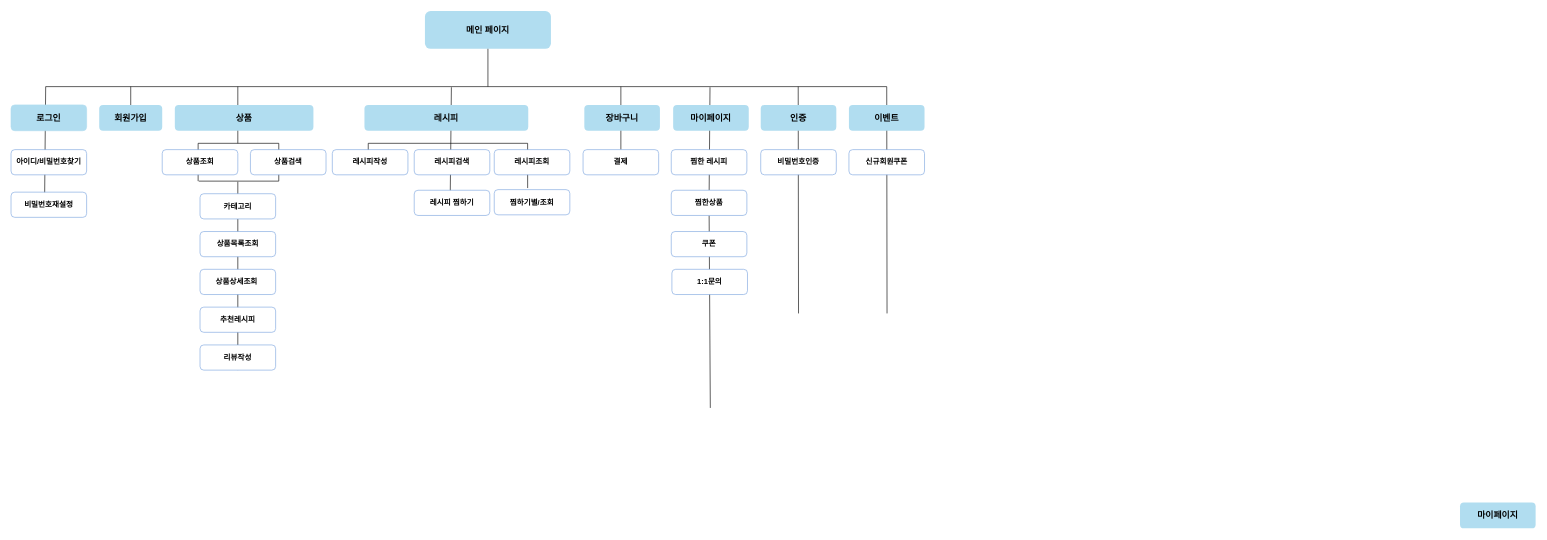
Above: Flowchart.drawio in wjdwodhs/Flowchart (draw.io), before the change. Source tidied: cells renumbered, new cells numbered last; positions are measured from the earlier drawing's top-left corner, leaving out a move shared by most shapes. Both pictures are drawn from the tidied source at 63%, with x=0, y=0 at pixel (11, 11).
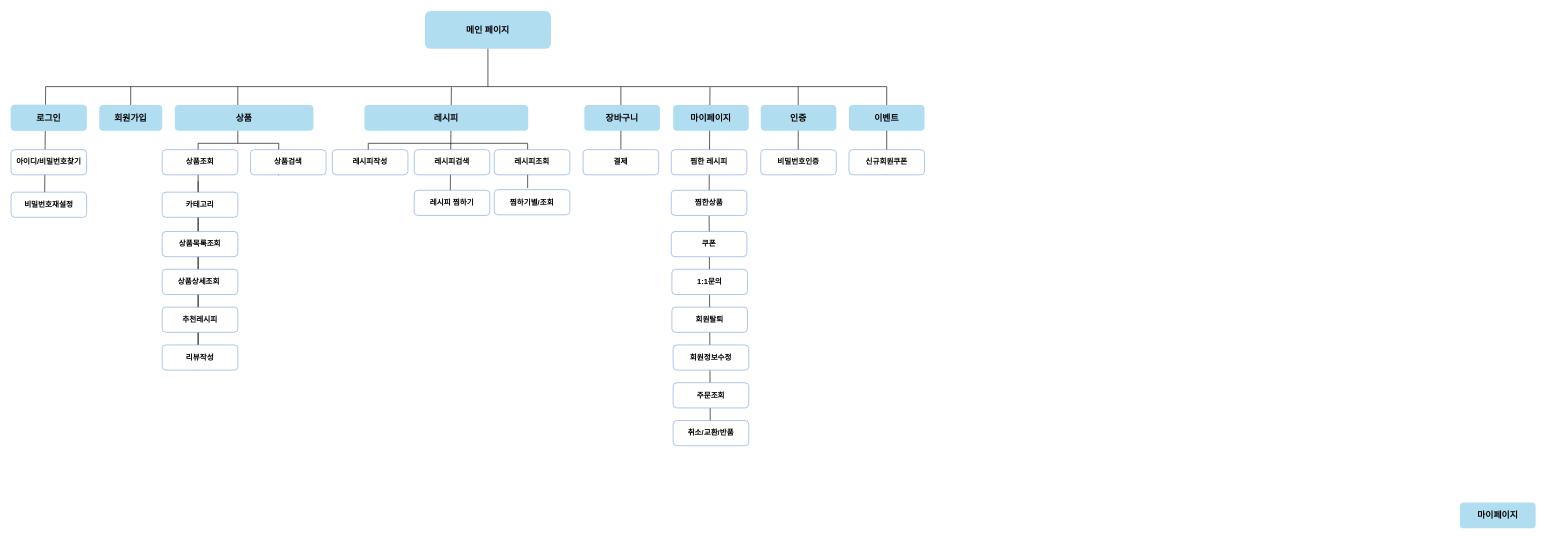
Above is the later version.

Unchanged cells that the change refers to:
```xml
<mxCell id="28" value="&lt;b&gt;상품검색&lt;/b&gt;" style="rounded=1;whiteSpace=wrap;html=1;strokeColor=#7EA6E0;" parent="1" vertex="1">
  <mxGeometry x="380" y="220" width="120" height="40" as="geometry" />
</mxCell>
<mxCell id="44" value="&lt;b&gt;비밀번호인증&lt;/b&gt;" style="rounded=1;whiteSpace=wrap;html=1;strokeColor=#7EA6E0;" parent="1" vertex="1">
  <mxGeometry x="1190" y="220" width="120" height="40" as="geometry" />
</mxCell>
<mxCell id="46" value="&lt;b&gt;찜한상품&lt;/b&gt;" style="rounded=1;whiteSpace=wrap;html=1;strokeColor=#7EA6E0;" parent="1" vertex="1">
  <mxGeometry x="1048" y="284.5" width="120" height="40" as="geometry" />
</mxCell>
<mxCell id="50" value="&lt;b&gt;신규회원쿠폰&lt;/b&gt;" style="rounded=1;whiteSpace=wrap;html=1;strokeColor=#7EA6E0;" parent="1" vertex="1">
  <mxGeometry x="1330" y="220" width="120" height="40" as="geometry" />
</mxCell>
```

Change to the diagram source:
```diff
@@
-    <mxCell id="10" style="endArrow=none;html=1;rounded=0;" parent="1" edge="1">
+    <mxCell id="10" style="endArrow=none;html=1;rounded=0;exitX=0.496;exitY=1;exitDx=0;exitDy=0;exitPerimeter=0;" parent="1" edge="1" source="44">
       <mxGeometry relative="1" as="geometry">
-        <mxPoint x="1250" y="480" as="sourcePoint" />
         <mxPoint x="1249.5" y="120" as="targetPoint" />
       </mxGeometry>
     </mxCell>
@@
     <mxCell id="17" style="endArrow=none;html=1;rounded=0;" parent="1" edge="1">
       <mxGeometry relative="1" as="geometry">
         <mxPoint x="297" y="270" as="sourcePoint" />
         <mxPoint x="297" y="210" as="targetPoint" />
         <Array as="points">
+          <mxPoint x="297" y="570" />
           <mxPoint x="297" y="270" />
         </Array>
       </mxGeometry>
     </mxCell>
@@
-    <mxCell id="25" style="endArrow=none;html=1;rounded=0;" parent="1" edge="1">
-      <mxGeometry relative="1" as="geometry">
-        <mxPoint x="298" y="270" as="sourcePoint" />
-        <mxPoint x="425" y="270" as="targetPoint" />
-      </mxGeometry>
-    </mxCell>
@@
-    <mxCell id="27" style="endArrow=none;html=1;rounded=0;" parent="1" edge="1">
+    <mxCell id="27" style="endArrow=none;html=1;rounded=0;exitX=0.371;exitY=1.021;exitDx=0;exitDy=0;exitPerimeter=0;" parent="1" edge="1" source="28">
       <mxGeometry relative="1" as="geometry">
-        <mxPoint x="425" y="270" as="sourcePoint" />
         <mxPoint x="425" y="210" as="targetPoint" />
       </mxGeometry>
     </mxCell>
@@
-    <mxCell id="29" style="endArrow=none;html=1;rounded=0;exitX=0.5;exitY=1;exitDx=0;exitDy=0;" parent="1" edge="1" source="37">
-      <mxGeometry relative="1" as="geometry">
-        <mxPoint x="360" y="271" as="targetPoint" />
-      </mxGeometry>
-    </mxCell>
     <mxCell id="30" value="&lt;b&gt;상품목록조회&lt;/b&gt;" style="rounded=1;whiteSpace=wrap;html=1;strokeColor=#7EA6E0;" parent="1" vertex="1">
-      <mxGeometry x="300" y="350" width="120" height="40" as="geometry" />
+      <mxGeometry x="240" y="350" width="120" height="40" as="geometry" />
     </mxCell>
@@
     <mxCell id="33" value="&lt;b&gt;카테고리&lt;/b&gt;" style="rounded=1;whiteSpace=wrap;html=1;strokeColor=#7EA6E0;" parent="1" vertex="1">
-      <mxGeometry x="300" y="290" width="120" height="40" as="geometry" />
+      <mxGeometry x="240" y="287.5" width="120" height="40" as="geometry" />
     </mxCell>
@@
     <mxCell id="35" value="&lt;b&gt;추천레시피&lt;/b&gt;" style="rounded=1;whiteSpace=wrap;html=1;strokeColor=#7EA6E0;" parent="1" vertex="1">
-      <mxGeometry x="300" y="470" width="120" height="40" as="geometry" />
+      <mxGeometry x="240" y="470" width="120" height="40" as="geometry" />
     </mxCell>
     <mxCell id="36" value="&lt;b&gt;상품상세조회&amp;nbsp;&lt;/b&gt;" style="rounded=1;whiteSpace=wrap;html=1;strokeColor=#7EA6E0;" parent="1" vertex="1">
-      <mxGeometry x="300" y="410" width="120" height="40" as="geometry" />
+      <mxGeometry x="240" y="410" width="120" height="40" as="geometry" />
     </mxCell>
     <mxCell id="37" value="&lt;b&gt;리뷰작성&lt;/b&gt;" style="rounded=1;whiteSpace=wrap;html=1;strokeColor=#7EA6E0;" parent="1" vertex="1">
-      <mxGeometry x="300" y="530" width="120" height="40" as="geometry" />
+      <mxGeometry x="240" y="530" width="120" height="40" as="geometry" />
     </mxCell>
@@
     <mxCell id="45" style="endArrow=none;html=1;rounded=0;" parent="1" edge="1" target="46">
       <mxGeometry relative="1" as="geometry">
-        <mxPoint x="1110" y="630" as="sourcePoint" />
+        <mxPoint x="1110" y="680" as="sourcePoint" />
       </mxGeometry>
     </mxCell>
@@
-    <mxCell id="48" style="endArrow=none;html=1;rounded=0;" parent="1" edge="1">
+    <mxCell id="48" style="endArrow=none;html=1;rounded=0;exitX=0.5;exitY=1;exitDx=0;exitDy=0;" parent="1" edge="1" source="50">
       <mxGeometry relative="1" as="geometry">
-        <mxPoint x="1390.5" y="480" as="sourcePoint" />
         <mxPoint x="1390" y="120" as="targetPoint" />
       </mxGeometry>
     </mxCell>
@@
+    <mxCell id="52" value="&lt;b&gt;회원정보수정&lt;/b&gt;" style="rounded=1;whiteSpace=wrap;html=1;strokeColor=#7EA6E0;" parent="1" vertex="1">
+      <mxGeometry x="1051" y="530" width="120" height="40" as="geometry" />
+    </mxCell>
+    <mxCell id="53" value="&lt;b&gt;회원탈퇴&lt;/b&gt;" style="rounded=1;whiteSpace=wrap;html=1;strokeColor=#7EA6E0;" parent="1" vertex="1">
+      <mxGeometry x="1049" y="470" width="120" height="40" as="geometry" />
+    </mxCell>
+    <mxCell id="54" value="&lt;b&gt;주문조회&lt;/b&gt;" style="rounded=1;whiteSpace=wrap;html=1;strokeColor=#7EA6E0;" parent="1" vertex="1">
+      <mxGeometry x="1051" y="590" width="120" height="40" as="geometry" />
+    </mxCell>
+    <mxCell id="55" value="&lt;b&gt;취소/교환/반품&lt;/b&gt;" style="rounded=1;whiteSpace=wrap;html=1;strokeColor=#7EA6E0;" parent="1" vertex="1">
+      <mxGeometry x="1051" y="650" width="120" height="40" as="geometry" />
+    </mxCell>
```
